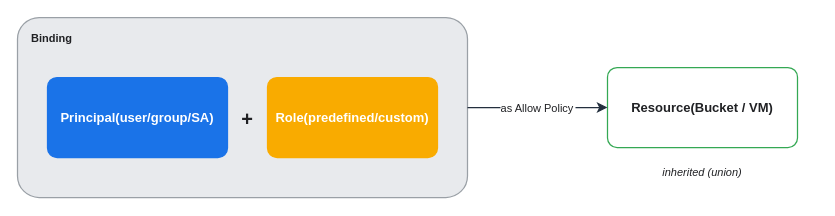
KKamJi98/kkamji98.github.io keeps this draw.io diagram as assets/img/gcp/gcp-iam-model.drawio. Above is the earlier version. Source tidied: cells renumbered, new cells numbered last; positions are measured from the earlier drawing's top-left corner, leaving out a move shared by most shapes. Both pictures are drawn from the tidied source at 100%, with x=0, y=0 at pixel (17, 17).
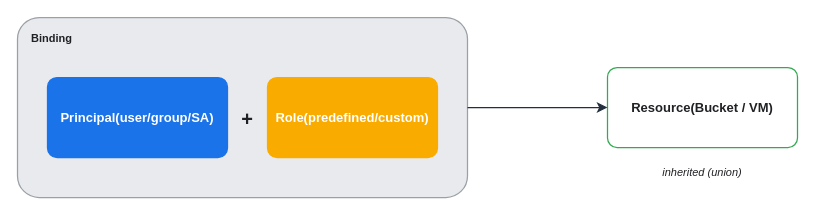
The same diagram, later.

Change to the diagram source:
```diff
@@
 <mxGraphModel background="#FFFFFF">
   <root>
     <mxCell id="0" />
     <mxCell id="1" parent="0" />
     <mxCell id="2" value="Binding" style="rounded=1;arcSize=12;whiteSpace=wrap;html=0;fillColor=#E8EAED;strokeColor=#9AA0A6;fontColor=#202124;fontSize=11;fontStyle=1;verticalAlign=top;align=left;spacingLeft=12;spacingTop=8;strokeWidth=1.25;" parent="1" vertex="1">
       <mxGeometry width="450" height="180" as="geometry" />
     </mxCell>
     <mxCell id="3" value="Principal(user/group/SA)" style="rounded=1;arcSize=12;whiteSpace=wrap;html=0;fillColor=#1A73E8;strokeColor=#1A73E8;fontColor=#FFFFFF;fontSize=13;fontStyle=1;verticalAlign=middle;align=center;strokeWidth=1.25;" parent="1" vertex="1">
       <mxGeometry x="30" y="60" width="180" height="80" as="geometry" />
     </mxCell>
     <mxCell id="4" value="+" style="text;html=0;align=center;verticalAlign=middle;fontColor=#202124;fontSize=20;fontStyle=1;" parent="1" vertex="1">
       <mxGeometry x="212" y="80" width="36" height="40" as="geometry" />
     </mxCell>
     <mxCell id="5" value="Role(predefined/custom)" style="rounded=1;arcSize=12;whiteSpace=wrap;html=0;fillColor=#F9AB00;strokeColor=#F9AB00;fontColor=#FFFFFF;fontSize=13;fontStyle=1;verticalAlign=middle;align=center;strokeWidth=1.25;" parent="1" vertex="1">
       <mxGeometry x="250" y="60" width="170" height="80" as="geometry" />
     </mxCell>
     <mxCell id="6" value="Resource(Bucket / VM)" style="rounded=1;arcSize=12;whiteSpace=wrap;html=0;fillColor=#FFFFFF;strokeColor=#34A853;fontColor=#202124;fontSize=13;fontStyle=1;verticalAlign=middle;align=center;strokeWidth=1.25;" parent="1" vertex="1">
       <mxGeometry x="590" y="50" width="190" height="80" as="geometry" />
     </mxCell>
     <mxCell id="7" value="inherited (union)" style="text;html=0;align=center;verticalAlign=middle;fontColor=#202124;fontSize=11;fontStyle=2;" parent="1" vertex="1">
       <mxGeometry x="570" y="142" width="230" height="24" as="geometry" />
     </mxCell>
-    <mxCell id="8" value="as Allow Policy" style="edgeStyle=orthogonalEdgeStyle;html=0;rounded=0;strokeColor=#232F3E;strokeWidth=1.25;fontColor=#202124;labelBackgroundColor=#FFFFFF;endArrow=classic;exitX=1;exitY=0.5;exitDx=0;exitDy=0;entryX=0;entryY=0.5;entryDx=0;entryDy=0;endSize=7;" parent="1" edge="1" source="2" target="6">
+    <mxCell id="8" style="edgeStyle=orthogonalEdgeStyle;html=0;rounded=0;strokeColor=#232F3E;strokeWidth=1.25;fontColor=#202124;labelBackgroundColor=none;endArrow=classic;exitX=1;exitY=0.5;exitDx=0;exitDy=0;entryX=0;entryY=0.5;entryDx=0;entryDy=0;endSize=7;" parent="1" edge="1" source="2" target="6">
       <mxGeometry relative="1" as="geometry" />
     </mxCell>
   </root>
 </mxGraphModel>
```
